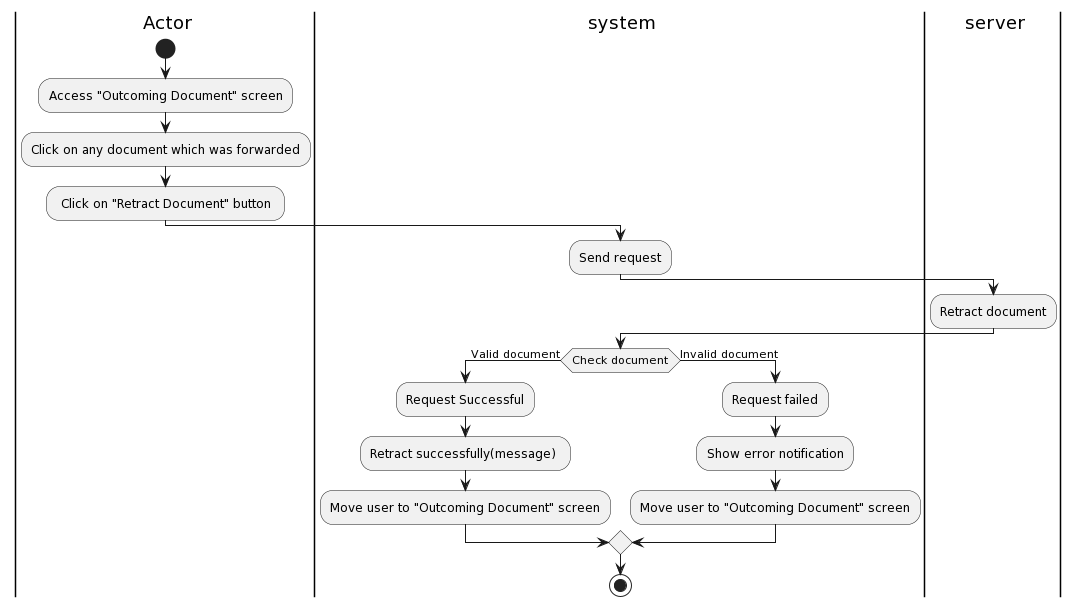
Earlier version of the PlantUML export Lab1/Lab1.2/Activity Diagram/OutcomingDocument/RetractOutcomingDocument/RetractOutcomingDocument.png (khoapham1003/SE357-Pratice-class). The source it was exported from:
```plantuml
@startuml
|a| Actor
|sys| system
|ser| server
|a|
start
:Access "Outcoming Document" screen;
:Click on any document which was forwarded;
: Click on "Retract Document" button ;
|sys|
:Send request;
|ser|
:Retract document;
|sys|
if (Check document) then (Valid document)
:Request Successful;
:Retract successfully(message) ;
:Move user to "Outcoming Document" screen;
else (Invalid document)
:Request failed;
:Show error notification;
:Move user to "Outcoming Document" screen;
endif



stop
@enduml
```
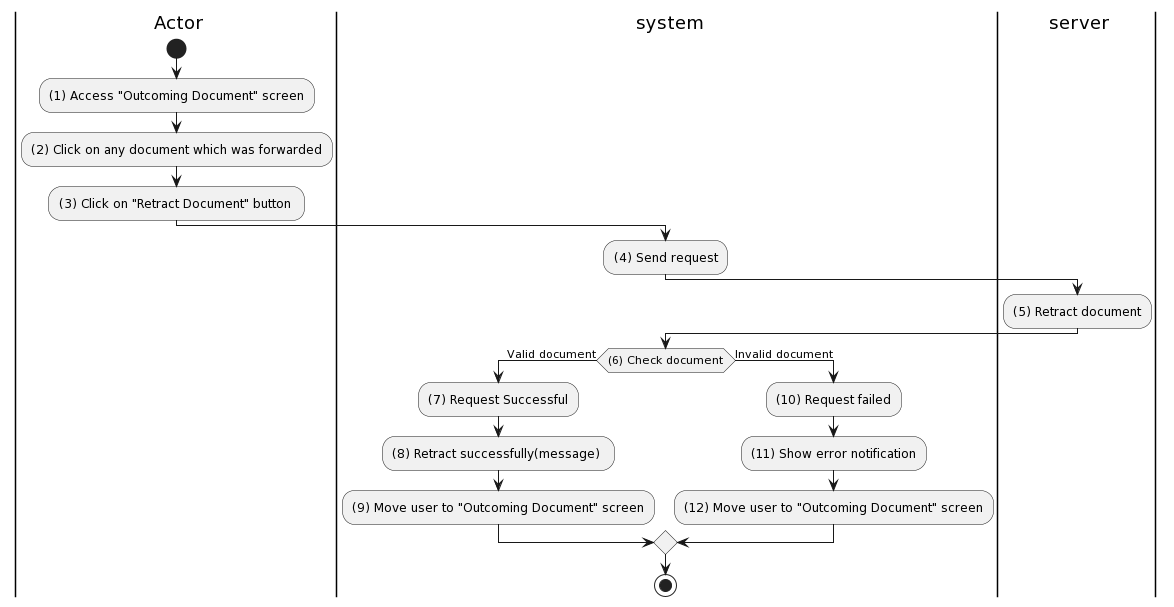
After the change.

Change to the diagram source:
```diff
@@ -4,22 +4,22 @@
 |ser| server
 |a|
 start
-:Access "Outcoming Document" screen;
-:Click on any document which was forwarded;
-: Click on "Retract Document" button ;
+:(1) Access "Outcoming Document" screen;
+:(2) Click on any document which was forwarded;
+:(3) Click on "Retract Document" button ;
 |sys|
-:Send request;
+:(4) Send request;
 |ser|
-:Retract document;
+:(5) Retract document;
 |sys|
-if (Check document) then (Valid document)
-:Request Successful;
-:Retract successfully(message) ;
-:Move user to "Outcoming Document" screen;
+if ((6) Check document) then (Valid document)
+:(7) Request Successful;
+:(8) Retract successfully(message) ;
+:(9) Move user to "Outcoming Document" screen;
 else (Invalid document)
-:Request failed;
-:Show error notification;
-:Move user to "Outcoming Document" screen;
+:(10) Request failed;
+:(11) Show error notification;
+:(12) Move user to "Outcoming Document" screen;
 endif
 
 
```
